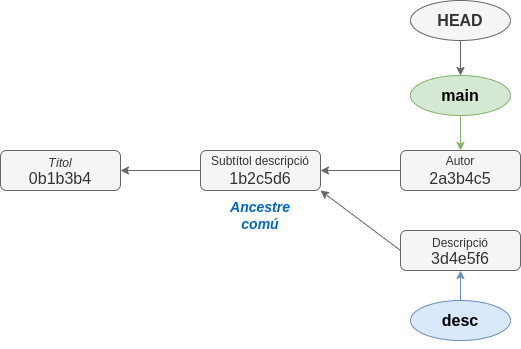
This is docs/apunts/img/branques/before_divergent.png from joapuiib/curs-git, a draw.io export, as it was before one commit. Source tidied: cells renumbered, new cells last; positions are measured from the earlier drawing's top-left corner, leaving out a move shared by most shapes.
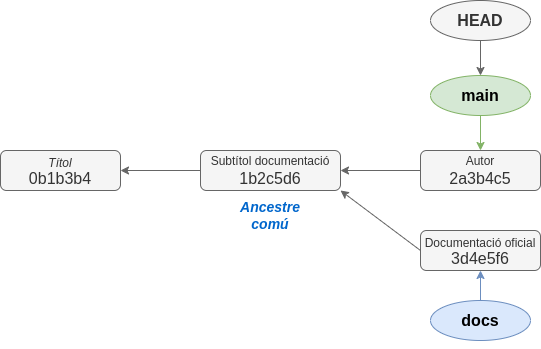
Above is the later version.

The edit, as a diff of the source:
```diff
@@ -3,22 +3,22 @@
     <mxCell id="0" />
     <mxCell id="1" parent="0" />
     <mxCell id="2" value="&lt;font color=&quot;#0066cc&quot; style=&quot;font-size: 14px;&quot;&gt;&lt;b&gt;Ancestre comú&lt;/b&gt;&lt;/font&gt;" style="text;html=1;strokeColor=none;fillColor=none;align=center;verticalAlign=middle;whiteSpace=wrap;rounded=0;fontStyle=2;" parent="1" vertex="1">
-      <mxGeometry x="230" y="200" width="60" height="30" as="geometry" />
+      <mxGeometry x="220" y="200" width="60" height="30" as="geometry" />
     </mxCell>
     <mxCell id="3" value="&lt;div style=&quot;line-height: 100%;&quot;&gt;&lt;span style=&quot;background-color: initial;&quot;&gt;&lt;span style=&quot;font-size: 12px;&quot;&gt;&lt;i&gt;Títol&lt;/i&gt;&lt;/span&gt;&lt;/span&gt;&lt;/div&gt;&lt;div style=&quot;line-height: 100%;&quot;&gt;&lt;span style=&quot;background-color: initial;&quot;&gt;0b1b3b4&lt;/span&gt;&lt;br&gt;&lt;/div&gt;" style="rounded=1;whiteSpace=wrap;html=1;fontSize=16;fillColor=#f5f5f5;strokeColor=#666666;fontColor=#333333;" parent="1" vertex="1">
-      <mxGeometry y="150" width="120" height="40" as="geometry" />
+      <mxGeometry x="-20" y="150" width="120" height="40" as="geometry" />
     </mxCell>
     <mxCell id="4" style="rounded=0;jettySize=auto;html=1;exitX=0.5;exitY=1;exitDx=0;exitDy=0;fillColor=#dae8fc;strokeColor=#6c8ebf;" parent="1" edge="1" source="5" target="13">
       <mxGeometry relative="1" as="geometry" />
     </mxCell>
-    <mxCell id="5" value="desc" style="ellipse;whiteSpace=wrap;html=1;fillColor=#dae8fc;strokeColor=#6c8ebf;fontSize=16;fontStyle=1;" parent="1" vertex="1">
+    <mxCell id="5" value="docs" style="ellipse;whiteSpace=wrap;html=1;fillColor=#dae8fc;strokeColor=#6c8ebf;fontSize=16;fontStyle=1;" parent="1" vertex="1">
       <mxGeometry x="410" y="300" width="100" height="40" as="geometry" />
     </mxCell>
     <mxCell id="6" style="edgeStyle=orthogonalEdgeStyle;rounded=0;jettySize=auto;html=1;exitX=0;exitY=0.5;exitDx=0;exitDy=0;fillColor=#f5f5f5;strokeColor=#666666;" parent="1" edge="1" source="7" target="3">
       <mxGeometry relative="1" as="geometry" />
     </mxCell>
-    <mxCell id="7" value="&lt;div style=&quot;line-height: 100%;&quot;&gt;&lt;font style=&quot;font-size: 12px;&quot;&gt;Subtítol descripció&lt;/font&gt;&lt;/div&gt;1b2c5d6" style="rounded=1;whiteSpace=wrap;html=1;fontSize=16;fillColor=#f5f5f5;strokeColor=#666666;fontColor=#333333;" parent="1" vertex="1">
-      <mxGeometry x="200" y="150" width="120" height="40" as="geometry" />
+    <mxCell id="7" value="&lt;div style=&quot;line-height: 100%;&quot;&gt;&lt;font style=&quot;font-size: 12px;&quot;&gt;Subtítol documentació&lt;/font&gt;&lt;/div&gt;1b2c5d6" style="rounded=1;whiteSpace=wrap;html=1;fontSize=16;fillColor=#f5f5f5;strokeColor=#666666;fontColor=#333333;" parent="1" vertex="1">
+      <mxGeometry x="180" y="150" width="140" height="40" as="geometry" />
     </mxCell>
     <mxCell id="8" style="rounded=0;jettySize=auto;html=1;exitX=0.5;exitY=1;exitDx=0;exitDy=0;fillColor=#d5e8d4;strokeColor=#82b366;" parent="1" edge="1" source="9" target="14">
       <mxGeometry relative="1" as="geometry" />
@@ -35,7 +35,7 @@
     <mxCell id="12" style="edgeStyle=orthogonalEdgeStyle;rounded=0;jettySize=auto;html=1;fillColor=#f5f5f5;strokeColor=#666666;" parent="1" edge="1" source="14" target="7">
       <mxGeometry relative="1" as="geometry" />
     </mxCell>
-    <mxCell id="13" value="&lt;div style=&quot;line-height: 100%;&quot;&gt;&lt;span style=&quot;background-color: initial;&quot;&gt;&lt;span style=&quot;font-size: 12px;&quot;&gt;Descripció&lt;/span&gt;&lt;/span&gt;&lt;/div&gt;&lt;div style=&quot;line-height: 100%;&quot;&gt;&lt;span style=&quot;background-color: initial;&quot;&gt;3d4e5f6&lt;/span&gt;&lt;br&gt;&lt;/div&gt;" style="rounded=1;whiteSpace=wrap;html=1;fontSize=16;fillColor=#f5f5f5;strokeColor=#666666;fontColor=#333333;" parent="1" vertex="1">
+    <mxCell id="13" value="&lt;div style=&quot;line-height: 100%;&quot;&gt;&lt;span style=&quot;background-color: initial;&quot;&gt;&lt;span style=&quot;font-size: 12px;&quot;&gt;Documentació oficial&lt;/span&gt;&lt;/span&gt;&lt;/div&gt;&lt;div style=&quot;line-height: 100%;&quot;&gt;&lt;span style=&quot;background-color: initial;&quot;&gt;3d4e5f6&lt;/span&gt;&lt;br&gt;&lt;/div&gt;" style="rounded=1;whiteSpace=wrap;html=1;fontSize=16;fillColor=#f5f5f5;strokeColor=#666666;fontColor=#333333;" parent="1" vertex="1">
       <mxGeometry x="400" y="230" width="120" height="40" as="geometry" />
     </mxCell>
     <mxCell id="14" value="&lt;div style=&quot;line-height: 100%;&quot;&gt;&lt;font style=&quot;font-size: 12px;&quot;&gt;Autor&lt;/font&gt;&lt;/div&gt;2a3b4c5" style="rounded=1;whiteSpace=wrap;html=1;fontSize=16;fillColor=#f5f5f5;strokeColor=#666666;fontColor=#333333;" parent="1" vertex="1">
```
